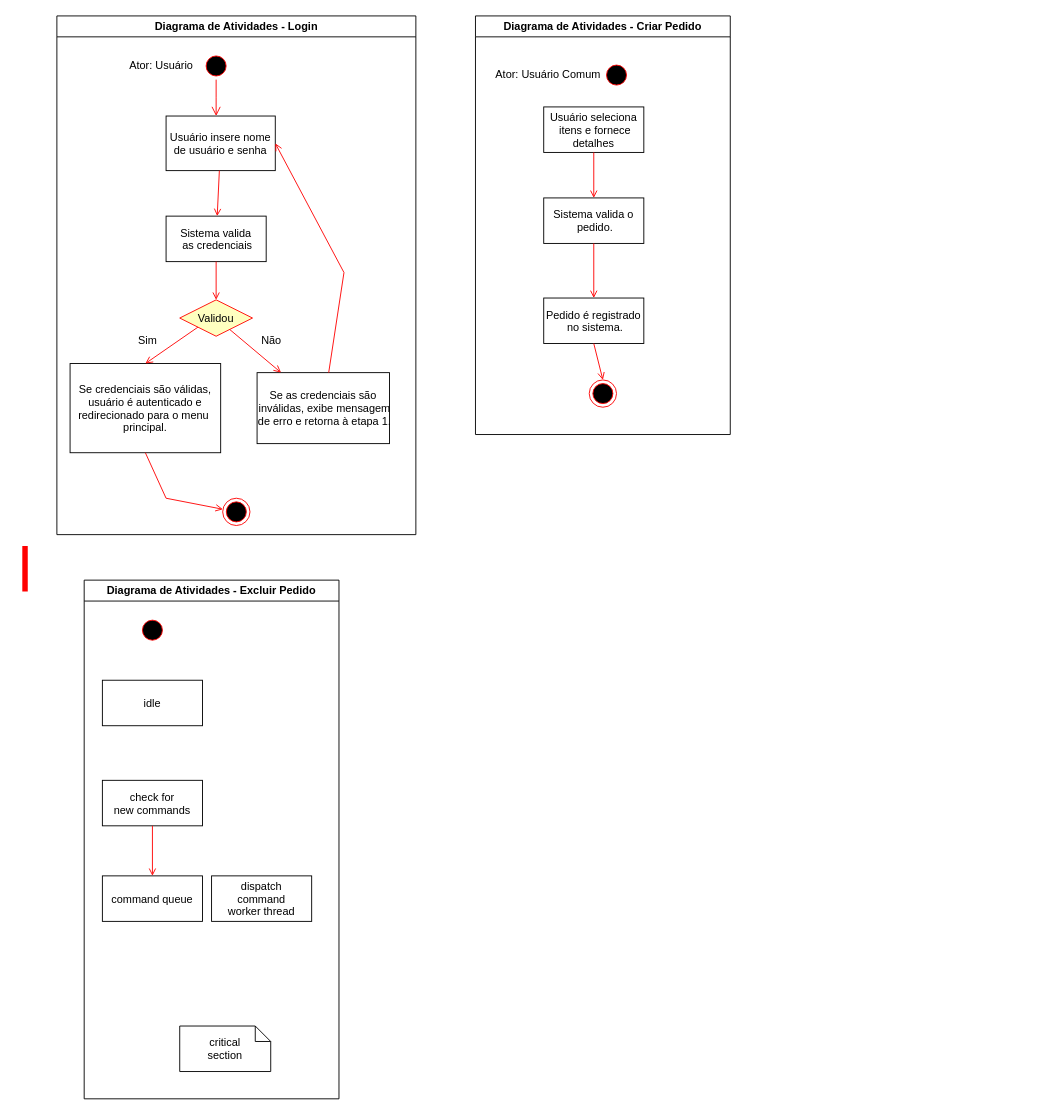
This is DiagramaDeAtividade.drawio from ArcanjoDaGuarda/AnjoProjetos, a draw.io file, before an edit. Source tidied: cells renumbered, new cells numbered last; positions are measured from the earlier drawing's top-left corner, leaving out a move shared by most shapes. Both pictures are drawn from the tidied source at 91%, with x=0, y=0 at pixel (2, 15).
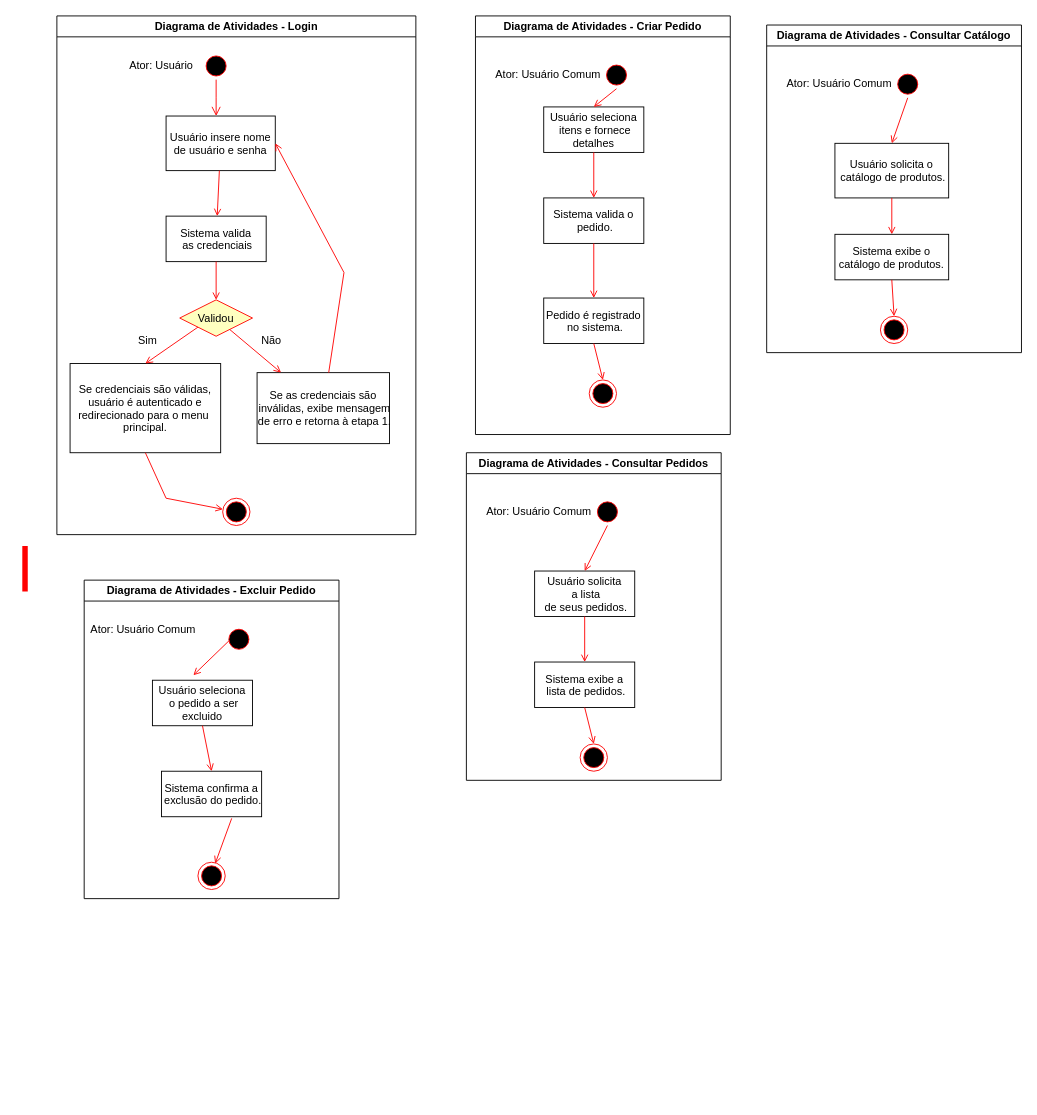
The same page after the edit.

The change refers to these unchanged cells:
```xml
<mxCell id="28" value="Diagrama de Atividades - Criar Pedido" style="swimlane;whiteSpace=wrap;" parent="1" vertex="1">
  <mxGeometry x="520" width="280" height="460" as="geometry" />
</mxCell>
<mxCell id="29" value="Usuário seleciona&#10; itens e fornece&#10;detalhes" parent="28" vertex="1">
  <mxGeometry x="75" y="100" width="110" height="50" as="geometry" />
</mxCell>
<mxCell id="33" style="ellipse;shape=startState;fillColor=#000000;strokeColor=#ff0000;" parent="28" vertex="1">
  <mxGeometry x="140" y="50" width="30" height="30" as="geometry" />
</mxCell>
```

The edit, as a diff of the source:
```diff
@@
     <mxCell id="20" value="Diagrama de Atividades - Excluir Pedido" style="swimlane;whiteSpace=wrap;" parent="1" vertex="1">
-      <mxGeometry x="90" y="620" width="280" height="570" as="geometry" />
+      <mxGeometry x="90" y="620" width="280" height="350" as="geometry" />
     </mxCell>
     <mxCell id="21" style="ellipse;shape=startState;fillColor=#000000;strokeColor=#ff0000;" parent="20" vertex="1">
-      <mxGeometry x="60" y="40" width="30" height="30" as="geometry" />
+      <mxGeometry x="155" y="50" width="30" height="30" as="geometry" />
     </mxCell>
-    <mxCell id="22" value="idle" parent="20" vertex="1">
-      <mxGeometry x="20" y="110" width="110" height="50" as="geometry" />
+    <mxCell id="22" value="Usuário seleciona&#10; o pedido a ser&#10;excluido" parent="20" vertex="1">
+      <mxGeometry x="75" y="110" width="110" height="50" as="geometry" />
     </mxCell>
-    <mxCell id="23" value="check for &#10;new commands" parent="20" vertex="1">
-      <mxGeometry x="20" y="220" width="110" height="50" as="geometry" />
+    <mxCell id="23" value="Sistema confirma a&#10; exclusão do pedido." parent="20" vertex="1">
+      <mxGeometry x="85" y="210" width="110" height="50" as="geometry" />
     </mxCell>
-    <mxCell id="24" value="command queue" parent="20" vertex="1">
-      <mxGeometry x="20" y="325" width="110" height="50" as="geometry" />
-    </mxCell>
-    <mxCell id="25" style="endArrow=open;strokeColor=#FF0000;endFill=1;rounded=0;" parent="20" edge="1" source="23" target="24">
-      <mxGeometry relative="1" as="geometry" />
-    </mxCell>
-    <mxCell id="26" value="dispatch&#10;command&#10;worker thread" parent="20" vertex="1">
-      <mxGeometry x="140" y="325" width="110" height="50" as="geometry" />
-    </mxCell>
-    <mxCell id="27" value="critical&#10;section" style="shape=note;whiteSpace=wrap;size=17;" parent="20" vertex="1">
-      <mxGeometry x="105" y="490" width="100" height="50" as="geometry" />
-    </mxCell>
+    <mxCell id="39" value="Ator: Usuário Comum" style="text;html=1;strokeColor=none;fillColor=none;align=center;verticalAlign=middle;whiteSpace=wrap;rounded=0;" parent="20" vertex="1">
+      <mxGeometry y="40" width="130" height="30" as="geometry" />
+    </mxCell>
+    <mxCell id="40" style="ellipse;shape=endState;fillColor=#000000;strokeColor=#ff0000;" parent="20" vertex="1">
+      <mxGeometry x="125" y="310" width="30" height="30" as="geometry" />
+    </mxCell>
+    <mxCell id="41" style="endArrow=open;strokeColor=#FF0000;endFill=1;rounded=0;exitX=0.137;exitY=0.556;exitDx=0;exitDy=0;entryX=0.409;entryY=-0.11;entryDx=0;entryDy=0;entryPerimeter=0;exitPerimeter=0;" parent="20" edge="1" source="21" target="22">
+      <mxGeometry relative="1" as="geometry" />
+    </mxCell>
+    <mxCell id="42" style="endArrow=open;strokeColor=#FF0000;endFill=1;rounded=0;exitX=0.5;exitY=1;exitDx=0;exitDy=0;entryX=0.5;entryY=0;entryDx=0;entryDy=0;" parent="20" edge="1" source="22" target="23">
+      <mxGeometry relative="1" as="geometry" />
+    </mxCell>
+    <mxCell id="43" style="endArrow=open;strokeColor=#FF0000;endFill=1;rounded=0;exitX=0.701;exitY=1.036;exitDx=0;exitDy=0;entryX=0.632;entryY=0.051;entryDx=0;entryDy=0;entryPerimeter=0;exitPerimeter=0;" parent="20" edge="1" source="23" target="40">
+      <mxGeometry relative="1" as="geometry" />
+    </mxCell>
@@
+    <mxCell id="44" style="endArrow=open;strokeColor=#FF0000;endFill=1;rounded=0;entryX=0.5;entryY=0;entryDx=0;entryDy=0;exitX=0.5;exitY=1;exitDx=0;exitDy=0;" parent="28" edge="1" source="33" target="29">
+      <mxGeometry relative="1" as="geometry" />
+    </mxCell>
@@
+    <mxCell id="45" value="Diagrama de Atividades - Consultar Pedidos" style="swimlane;whiteSpace=wrap;" parent="1" vertex="1">
+      <mxGeometry x="510" y="480" width="280" height="360" as="geometry" />
+    </mxCell>
+    <mxCell id="46" value="Usuário solicita&#10; a lista&#10; de seus pedidos." parent="45" vertex="1">
+      <mxGeometry x="75" y="130" width="110" height="50" as="geometry" />
+    </mxCell>
+    <mxCell id="47" style="ellipse;shape=endState;fillColor=#000000;strokeColor=#ff0000;" parent="45" vertex="1">
+      <mxGeometry x="125" y="320" width="30" height="30" as="geometry" />
+    </mxCell>
+    <mxCell id="48" style="endArrow=open;strokeColor=#FF0000;endFill=1;rounded=0;entryX=0.5;entryY=0;entryDx=0;entryDy=0;" parent="45" edge="1" source="46" target="51">
+      <mxGeometry relative="1" as="geometry" />
+    </mxCell>
+    <mxCell id="49" value="Ator: Usuário Comum" style="text;html=1;strokeColor=none;fillColor=none;align=center;verticalAlign=middle;whiteSpace=wrap;rounded=0;" parent="45" vertex="1">
+      <mxGeometry x="20" y="50" width="120" height="30" as="geometry" />
+    </mxCell>
+    <mxCell id="50" style="ellipse;shape=startState;fillColor=#000000;strokeColor=#ff0000;" parent="45" vertex="1">
+      <mxGeometry x="140" y="50" width="30" height="30" as="geometry" />
+    </mxCell>
+    <mxCell id="51" value="Sistema exibe a&#10; lista de pedidos." parent="45" vertex="1">
+      <mxGeometry x="75" y="230" width="110" height="50" as="geometry" />
+    </mxCell>
+    <mxCell id="52" style="endArrow=open;strokeColor=#FF0000;endFill=1;rounded=0;entryX=0.5;entryY=0;entryDx=0;entryDy=0;exitX=0.5;exitY=1;exitDx=0;exitDy=0;" parent="45" edge="1" source="51" target="47">
+      <mxGeometry relative="1" as="geometry" />
+    </mxCell>
+    <mxCell id="53" style="endArrow=open;strokeColor=#FF0000;endFill=1;rounded=0;entryX=0.5;entryY=0;entryDx=0;entryDy=0;exitX=0.5;exitY=1;exitDx=0;exitDy=0;" parent="45" edge="1" source="50" target="46">
+      <mxGeometry relative="1" as="geometry" />
+    </mxCell>
+    <mxCell id="54" value="Diagrama de Atividades - Consultar Catálogo" style="swimlane;whiteSpace=wrap;" parent="1" vertex="1">
+      <mxGeometry x="840" y="10" width="280" height="360" as="geometry" />
+    </mxCell>
+    <mxCell id="55" value="Usuário solicita o&#10; catálogo de produtos." parent="54" vertex="1">
+      <mxGeometry x="75" y="130" width="125" height="60" as="geometry" />
+    </mxCell>
+    <mxCell id="56" style="ellipse;shape=endState;fillColor=#000000;strokeColor=#ff0000;" parent="54" vertex="1">
+      <mxGeometry x="125" y="320" width="30" height="30" as="geometry" />
+    </mxCell>
+    <mxCell id="57" style="endArrow=open;strokeColor=#FF0000;endFill=1;rounded=0;entryX=0.5;entryY=0;entryDx=0;entryDy=0;" parent="54" edge="1" source="55" target="60">
+      <mxGeometry relative="1" as="geometry" />
+    </mxCell>
+    <mxCell id="58" value="Ator: Usuário Comum" style="text;html=1;strokeColor=none;fillColor=none;align=center;verticalAlign=middle;whiteSpace=wrap;rounded=0;" parent="54" vertex="1">
+      <mxGeometry x="20" y="50" width="120" height="30" as="geometry" />
+    </mxCell>
+    <mxCell id="59" style="ellipse;shape=startState;fillColor=#000000;strokeColor=#ff0000;" parent="54" vertex="1">
+      <mxGeometry x="140" y="50" width="30" height="30" as="geometry" />
+    </mxCell>
+    <mxCell id="60" value="Sistema exibe o &#10;catálogo de produtos." parent="54" vertex="1">
+      <mxGeometry x="75" y="230" width="125" height="50" as="geometry" />
+    </mxCell>
+    <mxCell id="61" style="endArrow=open;strokeColor=#FF0000;endFill=1;rounded=0;entryX=0.5;entryY=0;entryDx=0;entryDy=0;exitX=0.5;exitY=1;exitDx=0;exitDy=0;" parent="54" edge="1" source="60" target="56">
+      <mxGeometry relative="1" as="geometry" />
+    </mxCell>
+    <mxCell id="62" style="endArrow=open;strokeColor=#FF0000;endFill=1;rounded=0;entryX=0.5;entryY=0;entryDx=0;entryDy=0;exitX=0.5;exitY=1;exitDx=0;exitDy=0;" parent="54" edge="1" source="59" target="55">
+      <mxGeometry relative="1" as="geometry" />
+    </mxCell>
```
